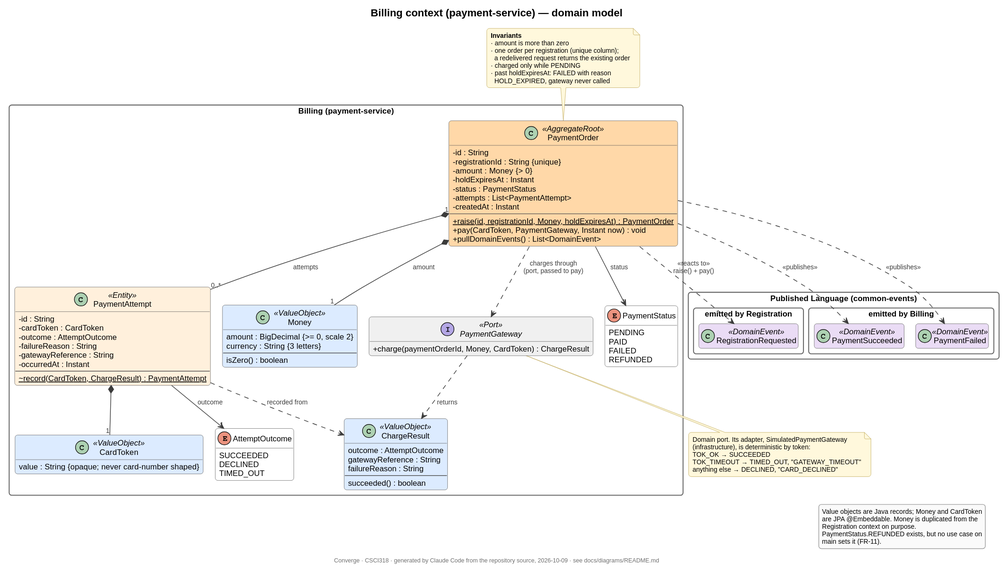
Before: docs/diagrams/svg/domain-billing.svg, a diagram exported from PlantUML (middo221/CSCI318---AI-Microservices-Application). The source it was exported from:
```plantuml
@startuml
!pragma layout smetana
!include include/style.iuml
skinparam classAttributeIconSize 0
hide empty members

title Billing context (payment-service) — domain model

!include include/domain-billing.iuml
!include include/domain-published-language.iuml
!$only = "billing"
!include include/domain-event-links.iuml

remove @unlinked
hide <<DomainEvent>> members

note top of PaymentOrder
  <b>Invariants</b>
  · amount is more than zero
  · one order per registration (unique column);
    a redelivered request returns the existing order
  · charged only while PENDING
  · past holdExpiresAt: FAILED with reason
    HOLD_EXPIRED, gateway never called
end note

note bottom of PaymentGateway
  Domain port. Its adapter, SimulatedPaymentGateway
  (infrastructure), is deterministic by token:
  TOK_OK → SUCCEEDED
  TOK_TIMEOUT → TIMED_OUT, "GATEWAY_TIMEOUT"
  anything else → DECLINED, "CARD_DECLINED"
end note

legend right
  Value objects are Java records; Money and CardToken
  are JPA @Embeddable. Money is duplicated from the
  Registration context on purpose.
  PaymentStatus.REFUNDED exists, but no use case on
  main sets it (FR-11).
endlegend
@enduml
```
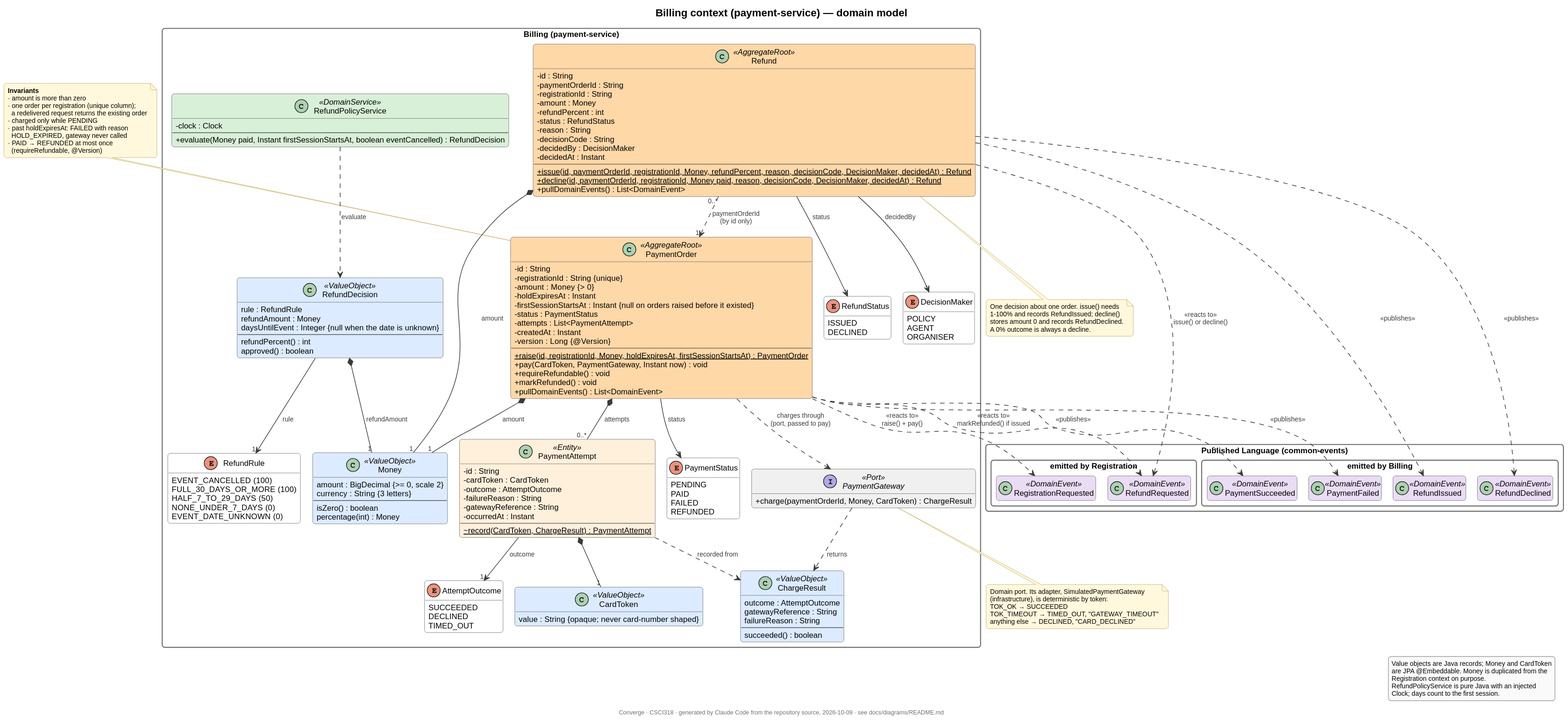
The same diagram one commit later.

Diff of the diagram source:
```diff
@@ -22,6 +22,15 @@
   · charged only while PENDING
   · past holdExpiresAt: FAILED with reason
     HOLD_EXPIRED, gateway never called
+  · PAID → REFUNDED at most once
+    (requireRefundable, @Version)
+end note
+
+note bottom of Refund
+  One decision about one order. issue() needs
+  1-100% and records RefundIssued; decline()
+  stores amount 0 and records RefundDeclined.
+  A 0% outcome is always a decline.
 end note
 
 note bottom of PaymentGateway
@@ -36,7 +45,7 @@
   Value objects are Java records; Money and CardToken
   are JPA @Embeddable. Money is duplicated from the
   Registration context on purpose.
-  PaymentStatus.REFUNDED exists, but no use case on
-  main sets it (FR-11).
+  RefundPolicyService is pure Java with an injected
+  Clock; days count to the first session.
 endlegend
 @enduml
```
